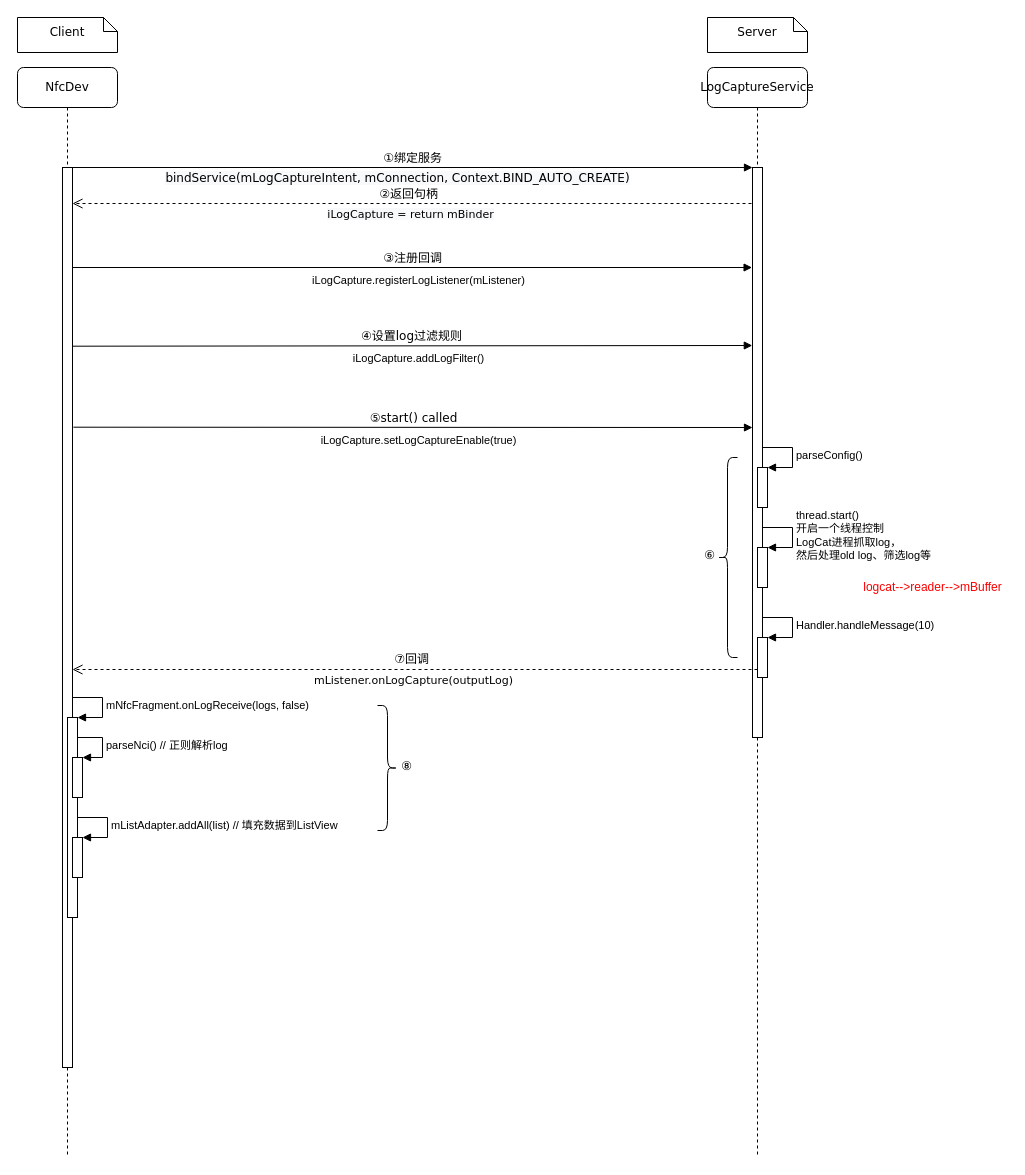
Above: Seq-LogCapture-NFC.drawio in SuperSources/draw.io (draw.io), before the change. Source tidied: cells renumbered, new cells numbered last; positions are measured from the earlier drawing's top-left corner, leaving out a move shared by most shapes. Both pictures are drawn from the tidied source at 100%, with x=0, y=0 at pixel (17, 17).
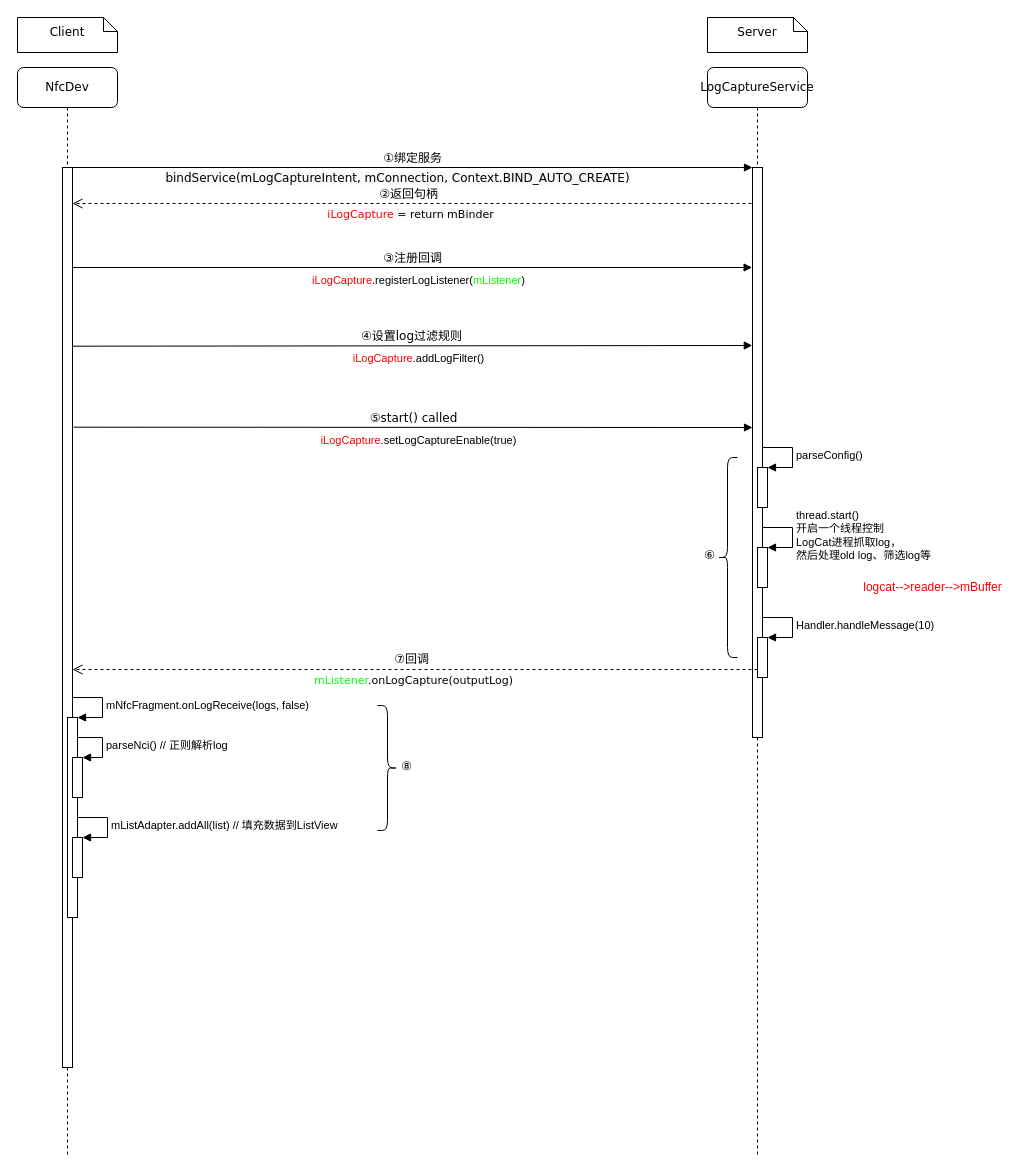
The same diagram, later.

Unchanged cells that the change refers to:
```xml
<mxCell id="20" value="②返回句柄" style="html=1;verticalAlign=bottom;endArrow=open;dashed=1;endSize=8;labelBackgroundColor=none;fontFamily=Verdana;fontSize=12;edgeStyle=elbowEdgeStyle;elbow=vertical;" parent="1" edge="1" target="13">
  <mxGeometry x="0.01" relative="1" as="geometry">
    <mxPoint x="734" y="186" as="sourcePoint" />
    <Array as="points">
      <mxPoint x="390" y="186" />
      <mxPoint x="470" y="556" />
    </Array>
  </mxGeometry>
</mxCell>
<mxCell id="26" value="③注册回调" style="html=1;verticalAlign=bottom;endArrow=block;entryX=-0.038;entryY=0.381;labelBackgroundColor=none;fontFamily=Verdana;fontSize=12;edgeStyle=elbowEdgeStyle;elbow=vertical;entryDx=0;entryDy=0;entryPerimeter=0;" parent="1" edge="1">
  <mxGeometry relative="1" as="geometry">
    <mxPoint x="55" y="250" as="sourcePoint" />
    <mxPoint x="734.6" y="250.5" as="targetPoint" />
  </mxGeometry>
</mxCell>
<mxCell id="28" value="⑦回调&lt;font color=&quot;rgba(0, 0, 0, 0)&quot; face=&quot;monospace&quot;&gt;&lt;span style=&quot;font-size: 0px&quot;&gt;onLogCap&lt;/span&gt;&lt;/font&gt;" style="html=1;verticalAlign=bottom;endArrow=open;dashed=1;endSize=8;labelBackgroundColor=none;fontFamily=Verdana;fontSize=12;edgeStyle=elbowEdgeStyle;elbow=vertical;" parent="1" edge="1" source="8">
  <mxGeometry x="0.01" relative="1" as="geometry">
    <mxPoint x="55" y="652" as="targetPoint" />
    <Array as="points">
      <mxPoint x="385" y="652" />
      <mxPoint x="465" y="1022" />
    </Array>
  </mxGeometry>
</mxCell>
<mxCell id="30" value="④设置log过滤规则" style="html=1;verticalAlign=bottom;endArrow=block;entryX=-0.025;entryY=0.378;labelBackgroundColor=none;fontFamily=Verdana;fontSize=12;edgeStyle=elbowEdgeStyle;elbow=vertical;entryDx=0;entryDy=0;entryPerimeter=0;exitX=0.975;exitY=0.388;exitDx=0;exitDy=0;exitPerimeter=0;" parent="1" edge="1">
  <mxGeometry relative="1" as="geometry">
    <mxPoint x="54.8" y="328.7" as="sourcePoint" />
    <mxPoint x="734.8" y="328.1" as="targetPoint" />
    <Array as="points">
      <mxPoint x="740" y="328" />
    </Array>
  </mxGeometry>
</mxCell>
<mxCell id="32" value="⑤start() called" style="html=1;verticalAlign=bottom;endArrow=block;labelBackgroundColor=none;fontFamily=Verdana;fontSize=12;edgeStyle=elbowEdgeStyle;elbow=vertical;exitX=1.091;exitY=0.588;exitDx=0;exitDy=0;exitPerimeter=0;" parent="1" edge="1">
  <mxGeometry relative="1" as="geometry">
    <mxPoint x="55.9" y="409.7" as="sourcePoint" />
    <mxPoint x="735" y="409.8" as="targetPoint" />
  </mxGeometry>
</mxCell>
```

Change to the diagram source:
```diff
@@
-    <mxCell id="21" value="&lt;span style=&quot;background-color: rgb(248 , 249 , 250)&quot;&gt;&lt;font face=&quot;Verdana&quot;&gt;iLogCapture = return&amp;nbsp;mBinder&lt;/font&gt;&lt;/span&gt;" style="edgeLabel;html=1;align=center;verticalAlign=middle;" parent="20" vertex="1">
+    <mxCell id="21" value="&lt;span style=&quot;background-color: rgb(248 , 249 , 250)&quot;&gt;&lt;font face=&quot;Verdana&quot;&gt;&lt;font color=&quot;#ff0000&quot;&gt;iLogCapture&lt;/font&gt; = return&amp;nbsp;mBinder&lt;/font&gt;&lt;/span&gt;" style="edgeLabel;html=1;align=center;verticalAlign=middle;" parent="20" vertex="1">
       <mxGeometry x="-0.02" y="2" relative="1" as="geometry">
         <mxPoint x="-9" y="8" as="offset" />
       </mxGeometry>
     </mxCell>
@@
-    <mxCell id="27" value="iLogCapture.registerLogListener(mListener)" style="edgeLabel;html=1;align=center;verticalAlign=middle;" parent="26" vertex="1">
+    <mxCell id="27" value="&lt;font color=&quot;#ff0000&quot;&gt;iLogCapture&lt;/font&gt;.registerLogListener(&lt;font color=&quot;#00ff00&quot;&gt;mListener&lt;/font&gt;)" style="edgeLabel;html=1;align=center;verticalAlign=middle;" parent="26" vertex="1">
       <mxGeometry x="0.03" y="-1" relative="1" as="geometry">
         <mxPoint x="-5" y="11" as="offset" />
       </mxGeometry>
     </mxCell>
@@
-    <mxCell id="29" value="&lt;font face=&quot;Verdana&quot;&gt;&lt;span style=&quot;font-size: 11px&quot;&gt;mListener.onLogCapture(outputLog)&lt;/span&gt;&lt;/font&gt;" style="edgeLabel;html=1;align=center;verticalAlign=middle;" parent="28" vertex="1">
+    <mxCell id="29" value="&lt;font face=&quot;Verdana&quot;&gt;&lt;span style=&quot;font-size: 11px&quot;&gt;&lt;font color=&quot;#00ff00&quot;&gt;mListener&lt;/font&gt;.onLogCapture(outputLog)&lt;/span&gt;&lt;/font&gt;" style="edgeLabel;html=1;align=center;verticalAlign=middle;" parent="28" vertex="1">
       <mxGeometry x="-0.02" y="2" relative="1" as="geometry">
         <mxPoint x="-9" y="8" as="offset" />
       </mxGeometry>
     </mxCell>
@@
-    <mxCell id="31" value="iLogCapture.addLogFilter()" style="edgeLabel;html=1;align=center;verticalAlign=middle;" parent="30" vertex="1">
+    <mxCell id="31" value="&lt;font color=&quot;#ff0000&quot;&gt;iLogCapture&lt;/font&gt;.addLogFilter()" style="edgeLabel;html=1;align=center;verticalAlign=middle;" parent="30" vertex="1">
       <mxGeometry x="0.03" y="-1" relative="1" as="geometry">
         <mxPoint x="-5" y="11" as="offset" />
       </mxGeometry>
     </mxCell>
@@
-    <mxCell id="33" value="iLogCapture.setLogCaptureEnable(true)" style="edgeLabel;html=1;align=center;verticalAlign=middle;" parent="32" vertex="1">
+    <mxCell id="33" value="&lt;font color=&quot;#ff0000&quot;&gt;iLogCapture&lt;/font&gt;.setLogCaptureEnable(true)" style="edgeLabel;html=1;align=center;verticalAlign=middle;" parent="32" vertex="1">
       <mxGeometry x="0.03" y="-1" relative="1" as="geometry">
         <mxPoint x="-5" y="11" as="offset" />
       </mxGeometry>
     </mxCell>
```
